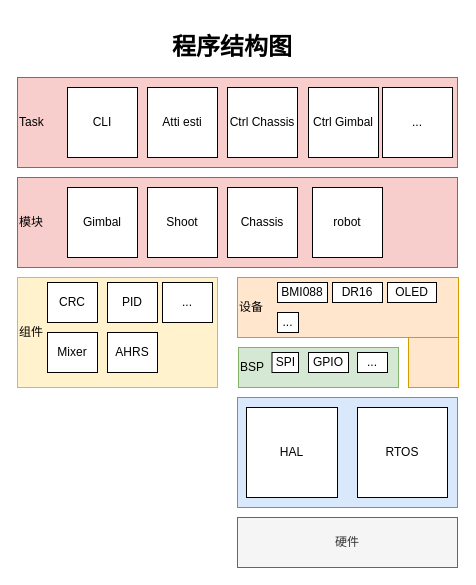
Before: Doc/嵌入式程序结构图.drawio in xrobot-org/XRobot, a draw.io diagram. Source tidied: cells renumbered, new cells numbered last; positions are measured from the earlier drawing's top-left corner, leaving out a move shared by most shapes. Both pictures are drawn from the tidied source at 100%, with x=0, y=0 at pixel (17, 27).
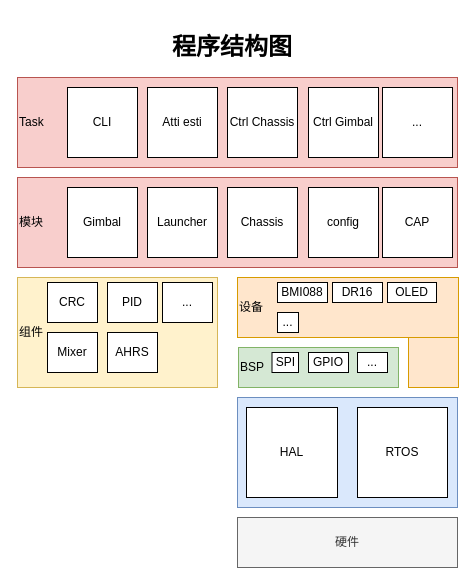
Above is the later version.

Commit message (it also covers changes not shown here):
!53 更新图片 Merge pull request !53 from 刘骢/2020

Change to the diagram source:
```diff
@@
-    <mxCell id="20" value="Shoot" style="rounded=0;whiteSpace=wrap;html=1;" parent="1" vertex="1">
+    <mxCell id="20" value="Launcher" style="rounded=0;whiteSpace=wrap;html=1;" parent="1" vertex="1">
       <mxGeometry x="130" y="160" width="70" height="70" as="geometry" />
     </mxCell>
@@
-    <mxCell id="29" value="robot" style="rounded=0;whiteSpace=wrap;html=1;" parent="1" vertex="1">
-      <mxGeometry x="295" y="160" width="70" height="70" as="geometry" />
+    <mxCell id="29" value="config" style="rounded=0;whiteSpace=wrap;html=1;" parent="1" vertex="1">
+      <mxGeometry x="291" y="160" width="70" height="70" as="geometry" />
     </mxCell>
@@
+    <mxCell id="34" value="CAP" style="rounded=0;whiteSpace=wrap;html=1;" parent="1" vertex="1">
+      <mxGeometry x="365" y="160" width="70" height="70" as="geometry" />
+    </mxCell>
```
